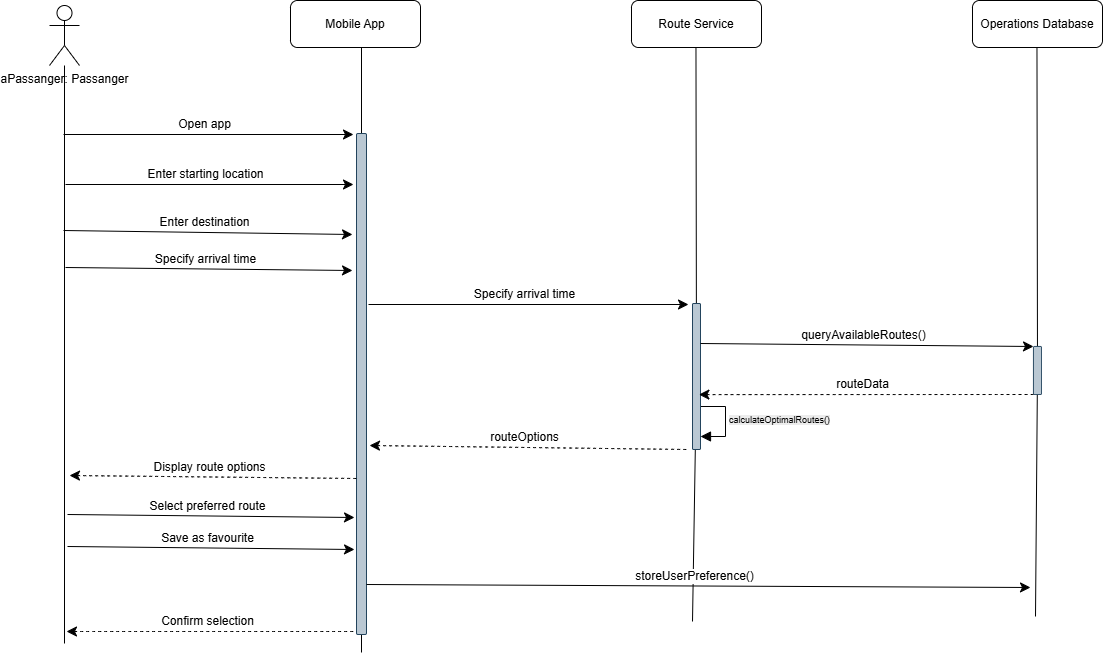
This is Sequence Diagrams/SequenceDiagramScenario1.png from inviona/Software-Engineering-Analysis-and-Design-Project, a draw.io export, as it was before one commit. Source tidied: cells renumbered, new cells last; positions are measured from the earlier drawing's top-left corner, leaving out a move shared by most shapes.
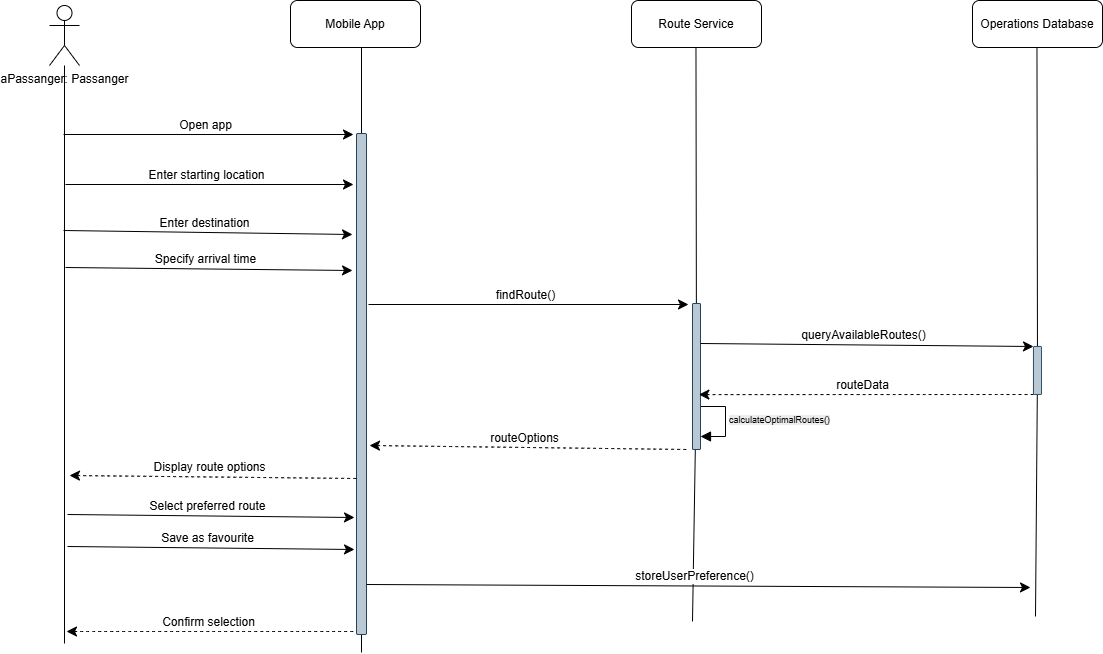
Later version of the same file.

Commit message:
sequence diagrams 1, 2 modified

The edit, as a diff of the source:
```diff
@@ -101,7 +101,7 @@
         <mxPoint x="639" y="304" as="targetPoint" />
       </mxGeometry>
     </mxCell>
-    <mxCell id="22" value="Specify arrival time" style="edgeLabel;html=1;align=center;verticalAlign=middle;fontSize=12;" parent="21" vertex="1">
+    <mxCell id="22" value="findRoute()" style="edgeLabel;html=1;align=center;verticalAlign=middle;fontSize=12;" parent="21" vertex="1">
       <mxGeometry relative="1" as="geometry">
         <mxPoint x="-4" y="-10" as="offset" />
       </mxGeometry>
```
